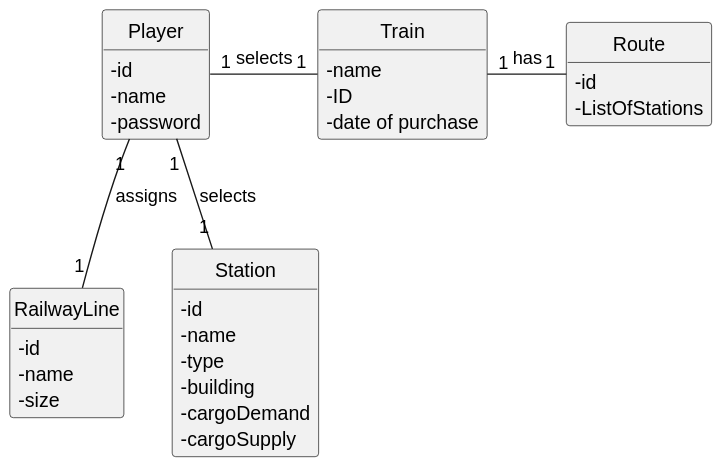
Before: docs/sprint3/us010/02.analysis/svg/us010-domain-model.svg, a diagram exported from PlantUML (ivasduarte/all-aboard).
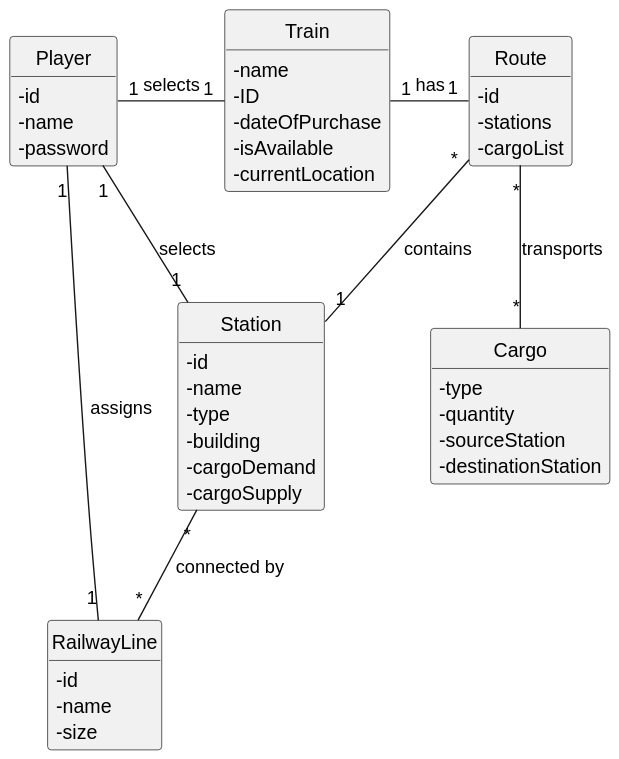
The same file after the commit.

The edit, as a diff of the source:
```diff
@@ -2,13 +2,10 @@
 skinparam monochrome true
 skinparam packageStyle rectangle
 skinparam shadowing false
-
-
 skinparam classAttributeIconSize 0
 
 hide circle
 hide methods
-
 
 class RailwayLine{
     - id
@@ -19,7 +16,9 @@
 class Train{
     - name
     - ID
-    - date of purchase
+    - dateOfPurchase
+    - isAvailable
+    - currentLocation
 }
 
 class Station {
@@ -39,12 +38,23 @@
 
 class Route{
     - id
-    - ListOfStations
+    - stations
+    - cargoList
+}
+
+class Cargo{
+    - type
+    - quantity
+    - sourceStation
+    - destinationStation
 }
 
 Player "1" - "1" Train : selects
 Player "1" -- "1" Station : selects
+Player "1" -- "1" RailwayLine : assigns
 
-Player "1" -- "1" RailwayLine : assigns
 Train "1" - "1" Route : has
+Route "*" -- "1" Station : contains
+Route "*" -- "*" Cargo : transports
+Station "*" -- "*" RailwayLine : connected by
 @enduml
```
